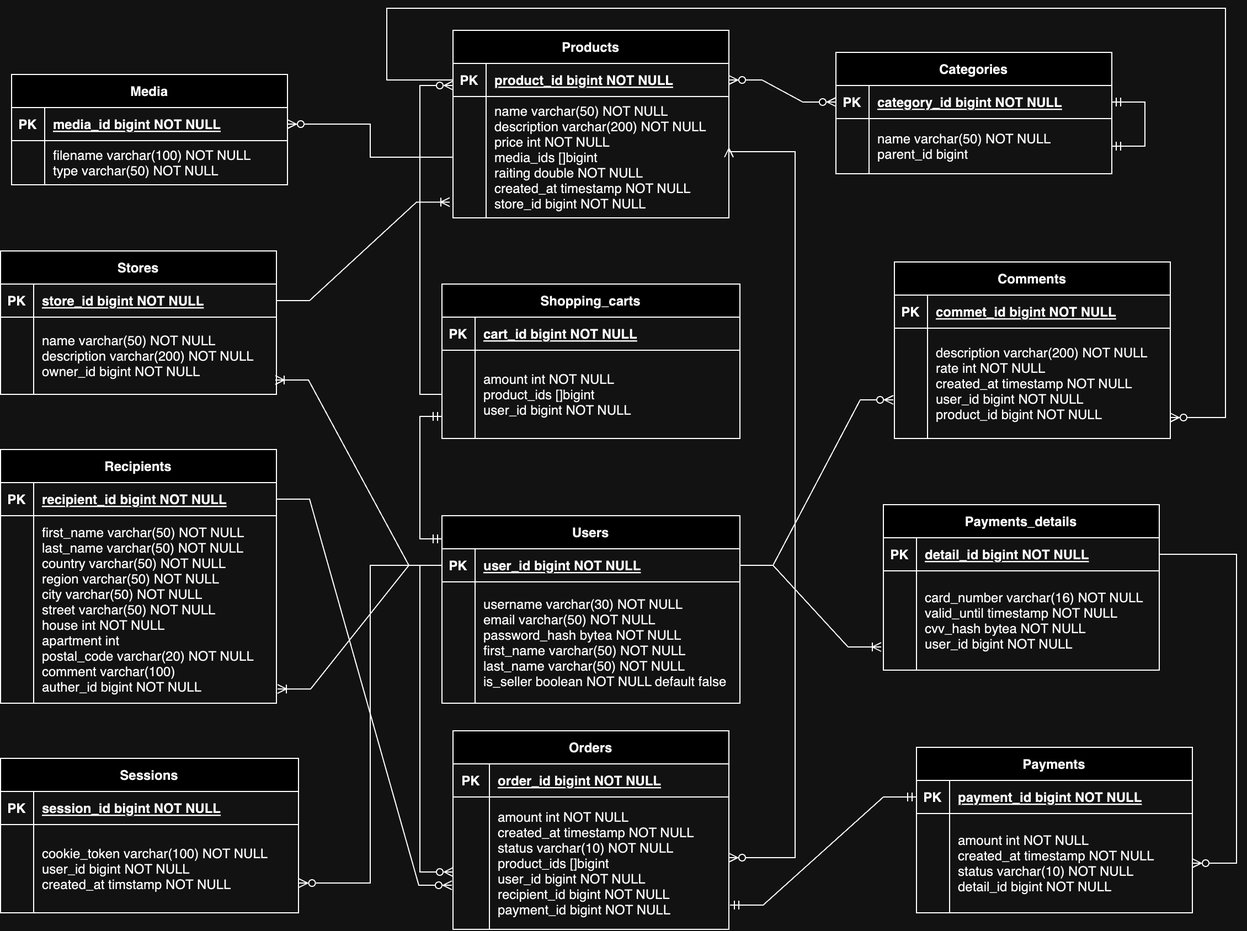
Earlier version of the draw.io export img/er.png (vvinokurshin/HighloadCourseVK). Source tidied: cells renumbered, new cells last; positions are measured from the earlier drawing's top-left corner, leaving out a move shared by most shapes.
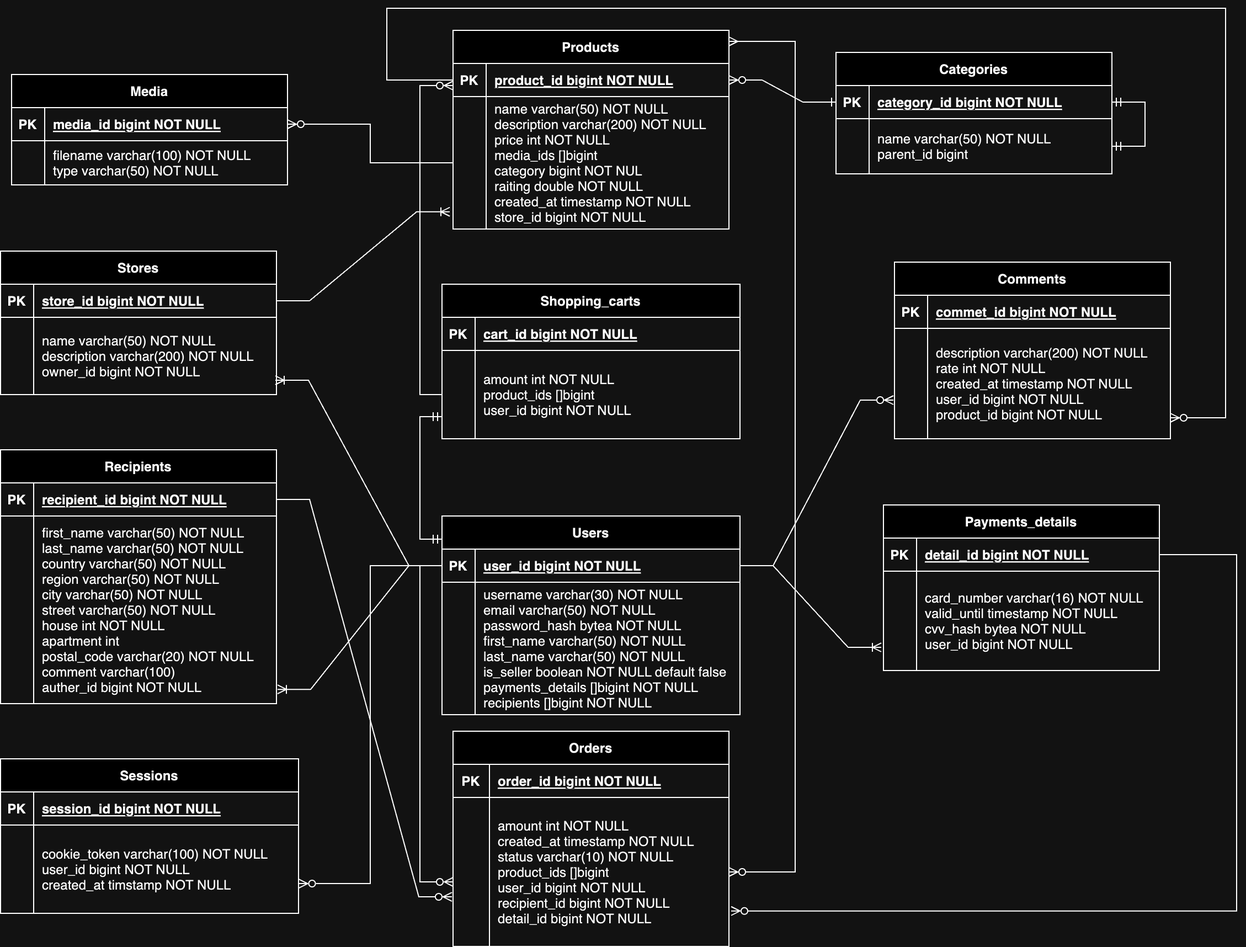
After the commit.

Commit message:
hw-6: fixed a physical database schema

Change to the diagram source:
```diff
@@ -66,7 +66,7 @@
       <mxGeometry x="30" width="220" height="70" as="geometry" />
     </mxCell>
     <mxCell id="23" value="Products" style="shape=table;startSize=30;rowLines=0;fontStyle=1;align=center;" parent="1" vertex="1">
-      <mxGeometry x="410" y="20" width="250" height="170" as="geometry" />
+      <mxGeometry x="410" y="20" width="250" height="180" as="geometry" />
     </mxCell>
     <mxCell id="24" style="shape=partialRectangle;fillColor=none;points=[[0,0.5],[1,0.5]];portConstraint=eastwest;top=0;left=0;right=0;bottom=1;" parent="23" vertex="1">
       <mxGeometry y="30" width="250" height="30" as="geometry" />
@@ -78,13 +78,13 @@
       <mxGeometry x="30" width="220" height="30" as="geometry" />
     </mxCell>
     <mxCell id="27" style="shape=partialRectangle;fillColor=none;points=[[0,0.5],[1,0.5]];portConstraint=eastwest;top=0;left=0;right=0;bottom=0;" parent="23" vertex="1">
-      <mxGeometry y="60" width="250" height="110" as="geometry" />
+      <mxGeometry y="60" width="250" height="120" as="geometry" />
     </mxCell>
     <mxCell id="28" style="shape=partialRectangle;overflow=hidden;fillColor=none;top=0;left=0;bottom=0;right=0;" parent="27" vertex="1">
-      <mxGeometry width="30" height="110" as="geometry" />
+      <mxGeometry width="30" height="120" as="geometry" />
     </mxCell>
-    <mxCell id="29" value="name varchar(50) NOT NULL&#10;description varchar(200) NOT NULL&#10;price int NOT NULL&#10;media_ids []bigint&#10;raiting double NOT NULL&#10;created_at timestamp NOT NULL&#10;store_id bigint NOT NULL" style="shape=partialRectangle;overflow=hidden;fillColor=none;top=0;left=0;bottom=0;right=0;align=left;spacingLeft=6;" parent="27" vertex="1">
-      <mxGeometry x="30" width="220" height="110" as="geometry" />
+    <mxCell id="29" value="name varchar(50) NOT NULL&#10;description varchar(200) NOT NULL&#10;price int NOT NULL&#10;media_ids []bigint&#10;category bigint NOT NUL&#10;raiting double NOT NULL&#10;created_at timestamp NOT NULL&#10;store_id bigint NOT NULL" style="shape=partialRectangle;overflow=hidden;fillColor=none;top=0;left=0;bottom=0;right=0;align=left;spacingLeft=6;" parent="27" vertex="1">
+      <mxGeometry x="30" width="220" height="120" as="geometry" />
     </mxCell>
     <mxCell id="30" value="Categories" style="shape=table;startSize=30;rowLines=0;fontStyle=1;align=center;" parent="1" vertex="1">
       <mxGeometry x="757" y="40" width="250" height="110" as="geometry" />
@@ -131,11 +131,11 @@
         </Array>
       </mxGeometry>
     </mxCell>
-    <mxCell id="42" style="edgeStyle=entityRelationEdgeStyle;fontSize=12;html=1;endArrow=ERzeroToMany;endFill=1;startArrow=ERzeroToMany;rounded=0;entryX=0;entryY=0.5;entryDx=0;entryDy=0;exitX=1;exitY=0.5;exitDx=0;exitDy=0;" parent="1" edge="1" source="24" target="31">
+    <mxCell id="42" style="edgeStyle=entityRelationEdgeStyle;fontSize=12;html=1;endArrow=ERone;endFill=0;startArrow=ERzeroToMany;rounded=0;entryX=0;entryY=0.5;entryDx=0;entryDy=0;exitX=1;exitY=0.5;exitDx=0;exitDy=0;" parent="1" edge="1" source="24" target="31">
       <mxGeometry relative="1" as="geometry" />
     </mxCell>
     <mxCell id="43" value="Orders" style="shape=table;startSize=30;rowLines=0;fontStyle=1;align=center;" parent="1" vertex="1">
-      <mxGeometry x="410" y="655" width="250" height="180" as="geometry" />
+      <mxGeometry x="410" y="655" width="250" height="195" as="geometry" />
     </mxCell>
     <mxCell id="44" style="shape=partialRectangle;fillColor=none;top=0;left=0;right=0;bottom=1;" parent="43" vertex="1">
       <mxGeometry y="30" width="250" height="30" as="geometry" />
@@ -147,49 +147,19 @@
       <mxGeometry x="33" width="217" height="30" as="geometry" />
     </mxCell>
     <mxCell id="47" style="shape=partialRectangle;fillColor=none;points=[[0,0.5],[1,0.5]];portConstraint=eastwest;top=0;left=0;right=0;bottom=0;" parent="43" vertex="1">
-      <mxGeometry y="60" width="250" height="120" as="geometry" />
+      <mxGeometry y="60" width="250" height="135" as="geometry" />
     </mxCell>
     <mxCell id="48" style="shape=partialRectangle;overflow=hidden;fillColor=none;top=0;left=0;bottom=0;right=0;" parent="47" vertex="1">
-      <mxGeometry width="33" height="120" as="geometry" />
+      <mxGeometry width="33" height="135" as="geometry" />
     </mxCell>
-    <mxCell id="49" value="amount int NOT NULL&#10;created_at timestamp NOT NULL&#10;status varchar(10) NOT NULL&#10;product_ids []bigint&#10;user_id bigint NOT NULL&#10;recipient_id bigint NOT NULL&#10;payment_id bigint NOT NULL" style="shape=partialRectangle;overflow=hidden;fillColor=none;top=0;left=0;bottom=0;right=0;align=left;spacingLeft=6;" parent="47" vertex="1">
-      <mxGeometry x="33" width="217" height="120" as="geometry" />
+    <mxCell id="49" value="amount int NOT NULL&#10;created_at timestamp NOT NULL&#10;status varchar(10) NOT NULL&#10;product_ids []bigint&#10;user_id bigint NOT NULL&#10;recipient_id bigint NOT NULL&#10;detail_id bigint NOT NULL" style="shape=partialRectangle;overflow=hidden;fillColor=none;top=0;left=0;bottom=0;right=0;align=left;spacingLeft=6;" parent="47" vertex="1">
+      <mxGeometry x="33" width="217" height="135" as="geometry" />
     </mxCell>
-    <mxCell id="50" value="Payments" style="shape=table;startSize=30;rowLines=0;fontStyle=1;align=center;" parent="1" vertex="1">
-      <mxGeometry x="830" y="670" width="250" height="150" as="geometry" />
-    </mxCell>
-    <mxCell id="51" style="shape=partialRectangle;fillColor=none;points=[[0,0.5],[1,0.5]];portConstraint=eastwest;top=0;left=0;right=0;bottom=1;" parent="50" vertex="1">
-      <mxGeometry y="30" width="250" height="30" as="geometry" />
-    </mxCell>
-    <mxCell id="52" value="PK" style="shape=partialRectangle;overflow=hidden;fillColor=none;top=0;left=0;bottom=0;right=0;fontStyle=1;" parent="51" vertex="1">
-      <mxGeometry width="30" height="30" as="geometry" />
-    </mxCell>
-    <mxCell id="53" value="payment_id bigint NOT NULL " style="shape=partialRectangle;overflow=hidden;fillColor=none;top=0;left=0;bottom=0;right=0;align=left;spacingLeft=6;fontStyle=5;" parent="51" vertex="1">
-      <mxGeometry x="30" width="220" height="30" as="geometry" />
-    </mxCell>
-    <mxCell id="54" style="shape=partialRectangle;fillColor=none;points=[[0,0.5],[1,0.5]];portConstraint=eastwest;top=0;left=0;right=0;bottom=0;" parent="50" vertex="1">
-      <mxGeometry y="60" width="250" height="90" as="geometry" />
-    </mxCell>
-    <mxCell id="55" style="shape=partialRectangle;overflow=hidden;fillColor=none;top=0;left=0;bottom=0;right=0;" parent="54" vertex="1">
-      <mxGeometry width="30" height="90" as="geometry" />
-    </mxCell>
-    <mxCell id="56" value="amount int NOT NULL&#10;created_at timestamp NOT NULL&#10;status varchar(10) NOT NULL&#10;detail_id bigint NOT NULL" style="shape=partialRectangle;overflow=hidden;fillColor=none;top=0;left=0;bottom=0;right=0;align=left;spacingLeft=6;" parent="54" vertex="1">
-      <mxGeometry x="30" width="220" height="90" as="geometry" />
-    </mxCell>
-    <mxCell id="57" style="edgeStyle=entityRelationEdgeStyle;fontSize=12;html=1;endArrow=ERmandOne;startArrow=ERmandOne;rounded=0;exitX=0;exitY=0.5;exitDx=0;exitDy=0;entryX=1.004;entryY=0.817;entryDx=0;entryDy=0;entryPerimeter=0;" parent="1" edge="1" source="51" target="47">
-      <mxGeometry relative="1" as="geometry">
-        <Array as="points">
-          <mxPoint x="710" y="590" />
-          <mxPoint x="410" y="680" />
-          <mxPoint x="410" y="660" />
-        </Array>
-      </mxGeometry>
-    </mxCell>
     <mxCell id="58" style="edgeStyle=entityRelationEdgeStyle;fontSize=12;html=1;endArrow=ERzeroToMany;endFill=1;rounded=0;exitX=1;exitY=0.5;exitDx=0;exitDy=0;entryX=-0.004;entryY=0.667;entryDx=0;entryDy=0;entryPerimeter=0;" parent="1" edge="1" source="3" target="47">
       <mxGeometry relative="1" as="geometry" />
     </mxCell>
     <mxCell id="59" value="Users" style="shape=table;startSize=30;rowLines=0;fontStyle=1;align=center;" parent="1" vertex="1">
-      <mxGeometry x="400" y="460" width="270" height="170" as="geometry" />
+      <mxGeometry x="400" y="460" width="270" height="180" as="geometry" />
     </mxCell>
     <mxCell id="60" style="shape=partialRectangle;fillColor=none;points=[[0,0.5],[1,0.5]];portConstraint=eastwest;top=0;left=0;right=0;bottom=1;" parent="59" vertex="1">
       <mxGeometry y="30" width="270" height="30" as="geometry" />
@@ -201,13 +171,13 @@
       <mxGeometry x="30" width="240" height="30" as="geometry" />
     </mxCell>
     <mxCell id="63" style="shape=partialRectangle;fillColor=none;top=0;left=0;right=0;bottom=0;" parent="59" vertex="1">
-      <mxGeometry y="60" width="270" height="110" as="geometry" />
+      <mxGeometry y="60" width="270" height="120" as="geometry" />
     </mxCell>
     <mxCell id="64" style="shape=partialRectangle;overflow=hidden;fillColor=none;top=0;left=0;bottom=0;right=0;" parent="63" vertex="1">
-      <mxGeometry width="30" height="110" as="geometry" />
+      <mxGeometry width="30" height="120" as="geometry" />
     </mxCell>
-    <mxCell id="65" value="username varchar(30) NOT NULL&#10;email varchar(50) NOT NULL&#10;password_hash bytea NOT NULL&#10;first_name varchar(50) NOT NULL&#10;last_name varchar(50) NOT NULL&#10;is_seller boolean NOT NULL default false" style="shape=partialRectangle;overflow=hidden;fillColor=none;top=0;left=0;bottom=0;right=0;align=left;spacingLeft=6;" parent="63" vertex="1">
-      <mxGeometry x="30" width="240" height="110" as="geometry" />
+    <mxCell id="65" value="username varchar(30) NOT NULL&#10;email varchar(50) NOT NULL&#10;password_hash bytea NOT NULL&#10;first_name varchar(50) NOT NULL&#10;last_name varchar(50) NOT NULL&#10;is_seller boolean NOT NULL default false&#10;payments_details []bigint NOT NULL&#10;recipients []bigint NOT NULL" style="shape=partialRectangle;overflow=hidden;fillColor=none;top=0;left=0;bottom=0;right=0;align=left;spacingLeft=6;" parent="63" vertex="1">
+      <mxGeometry x="30" width="240" height="120" as="geometry" />
     </mxCell>
     <mxCell id="66" value="Comments" style="shape=table;startSize=30;rowLines=0;fontStyle=1;align=center;" parent="1" vertex="1">
       <mxGeometry x="810" y="230" width="250" height="160" as="geometry" />
@@ -241,11 +211,13 @@
         </Array>
       </mxGeometry>
     </mxCell>
-    <mxCell id="74" style="edgeStyle=orthogonalEdgeStyle;rounded=0;jettySize=auto;html=1;startArrow=ERzeroToMany;startFill=0;endArrow=ERmany;endFill=0;entryX=1;entryY=0.5;entryDx=0;entryDy=0;" parent="1" edge="1" source="47" target="27">
+    <mxCell id="74" style="edgeStyle=orthogonalEdgeStyle;rounded=0;jettySize=auto;html=1;startArrow=ERzeroToMany;startFill=0;endArrow=ERmany;endFill=0;" parent="1" edge="1" source="47">
       <mxGeometry relative="1" as="geometry">
+        <mxPoint x="660" y="30" as="targetPoint" />
         <Array as="points">
-          <mxPoint x="720" y="770" />
-          <mxPoint x="720" y="130" />
+          <mxPoint x="720" y="783" />
+          <mxPoint x="720" y="30" />
+          <mxPoint x="660" y="30" />
         </Array>
       </mxGeometry>
     </mxCell>
@@ -262,10 +234,10 @@
         </Array>
       </mxGeometry>
     </mxCell>
-    <mxCell id="77" style="edgeStyle=orthogonalEdgeStyle;rounded=0;jettySize=auto;html=1;entryX=1;entryY=0.5;entryDx=0;entryDy=0;endArrow=none;endFill=0;startArrow=ERzeroToMany;startFill=0;" parent="1" edge="1" source="54" target="10">
+    <mxCell id="77" style="edgeStyle=orthogonalEdgeStyle;rounded=0;jettySize=auto;html=1;entryX=1;entryY=0.5;entryDx=0;entryDy=0;endArrow=none;endFill=0;startArrow=ERzeroToMany;startFill=0;exitX=1.008;exitY=0.762;exitDx=0;exitDy=0;exitPerimeter=0;" parent="1" edge="1" source="47" target="10">
       <mxGeometry relative="1" as="geometry">
         <Array as="points">
-          <mxPoint x="1120" y="775" />
+          <mxPoint x="1120" y="818" />
           <mxPoint x="1120" y="495" />
         </Array>
       </mxGeometry>
```
